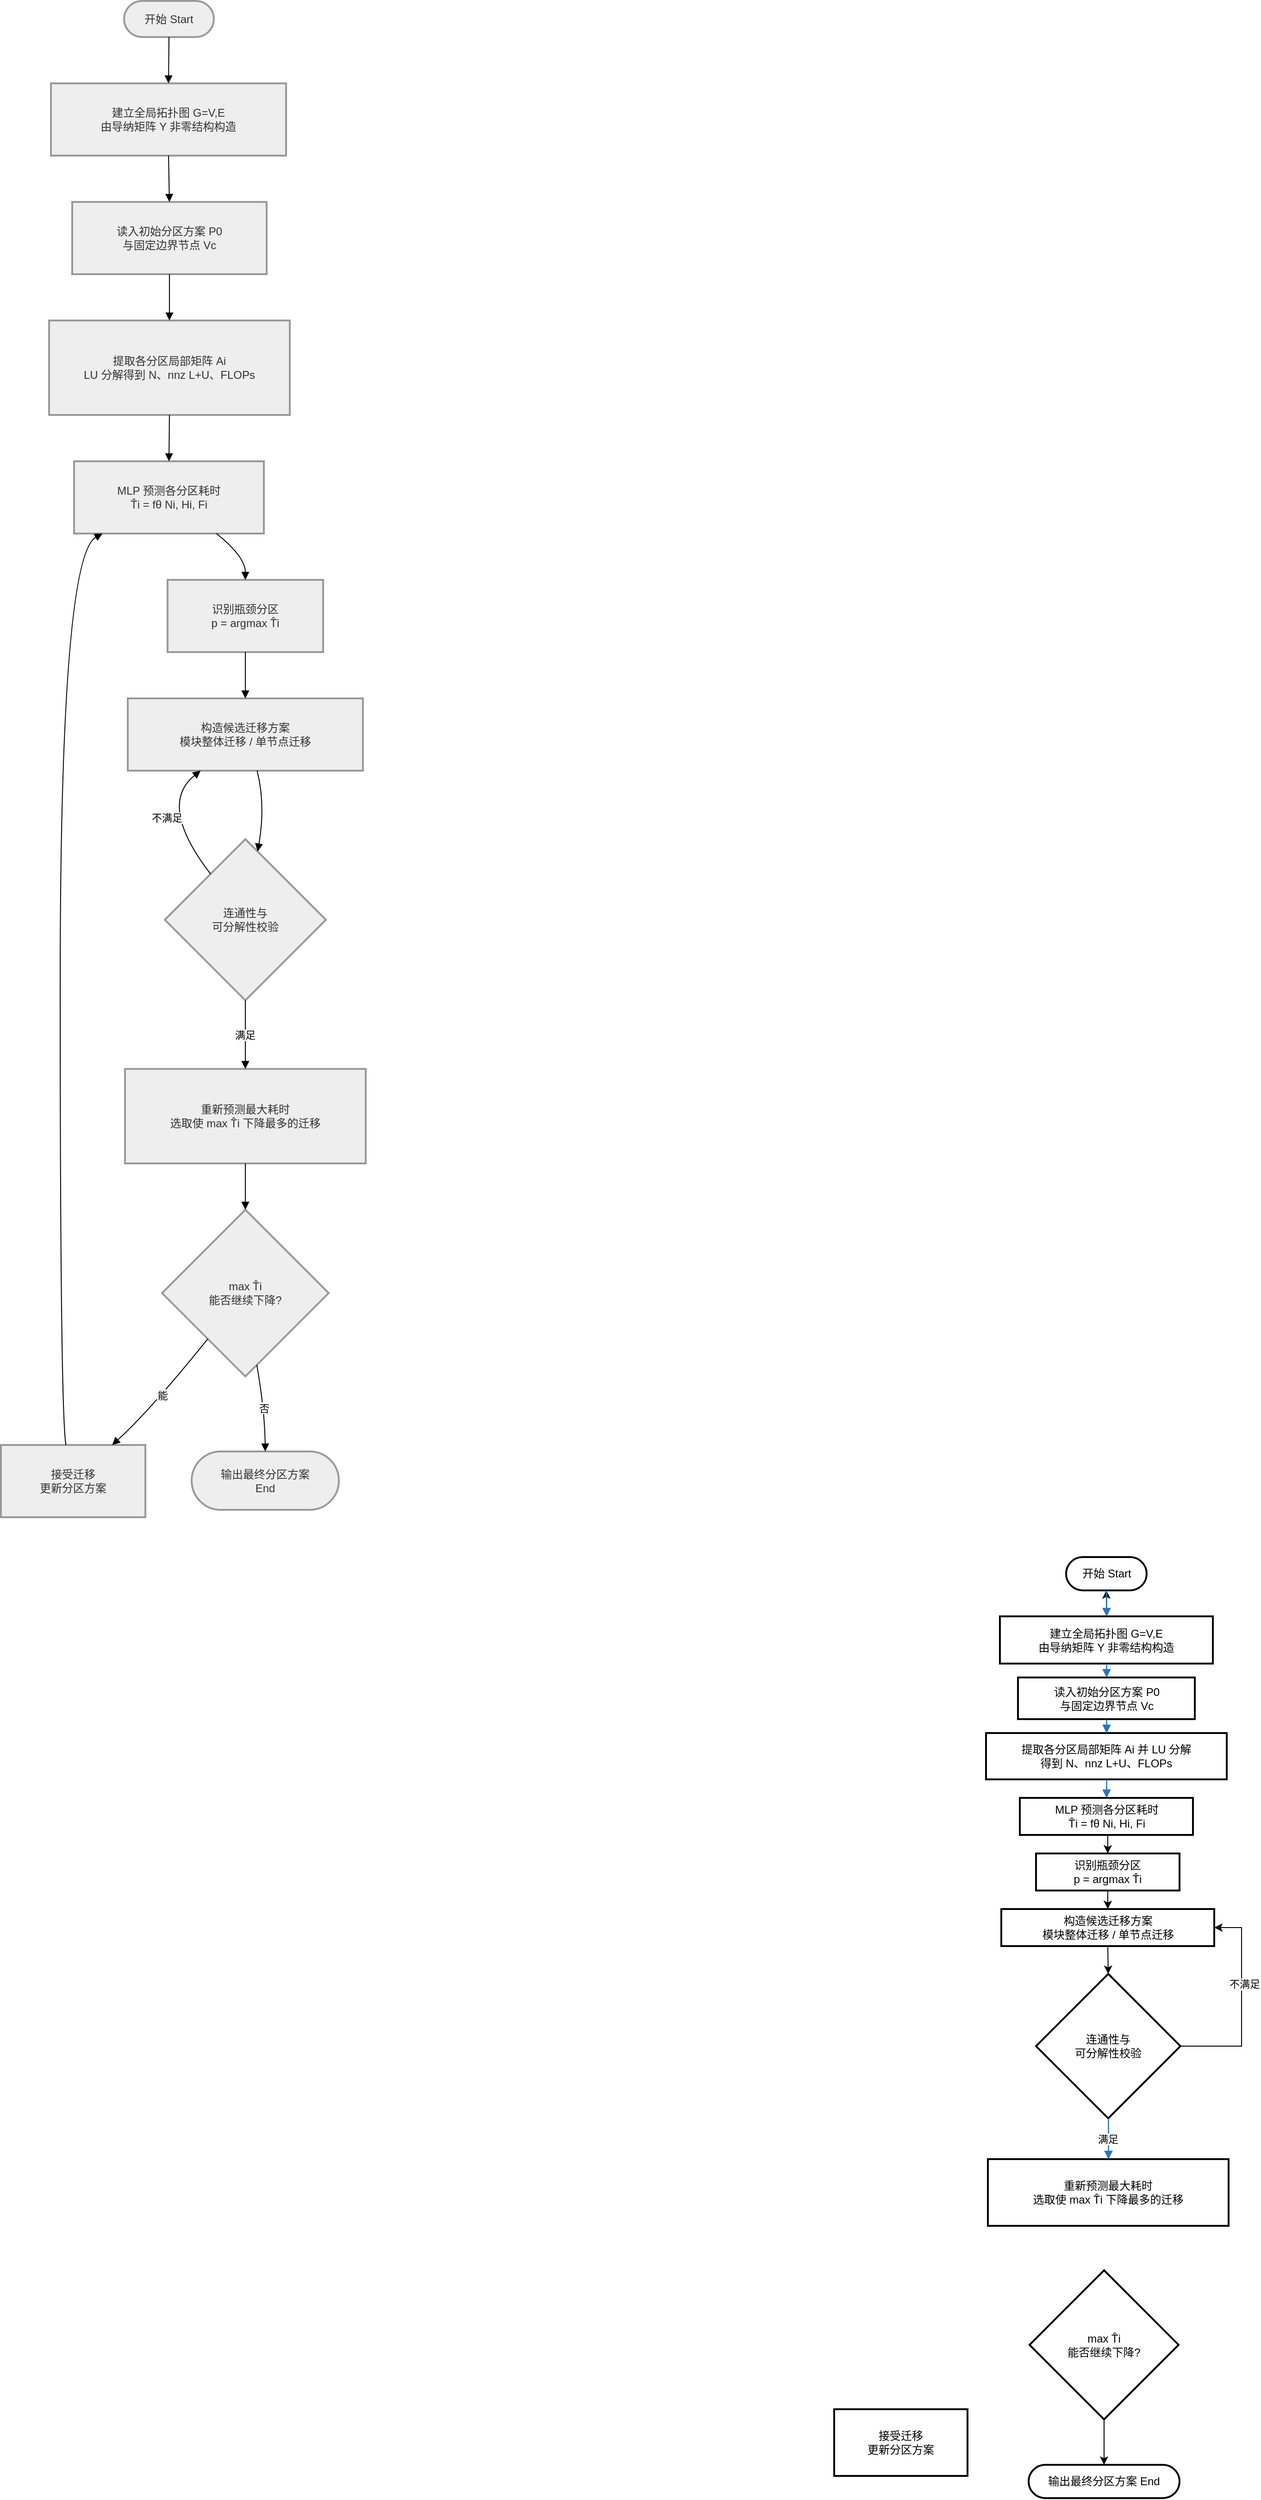
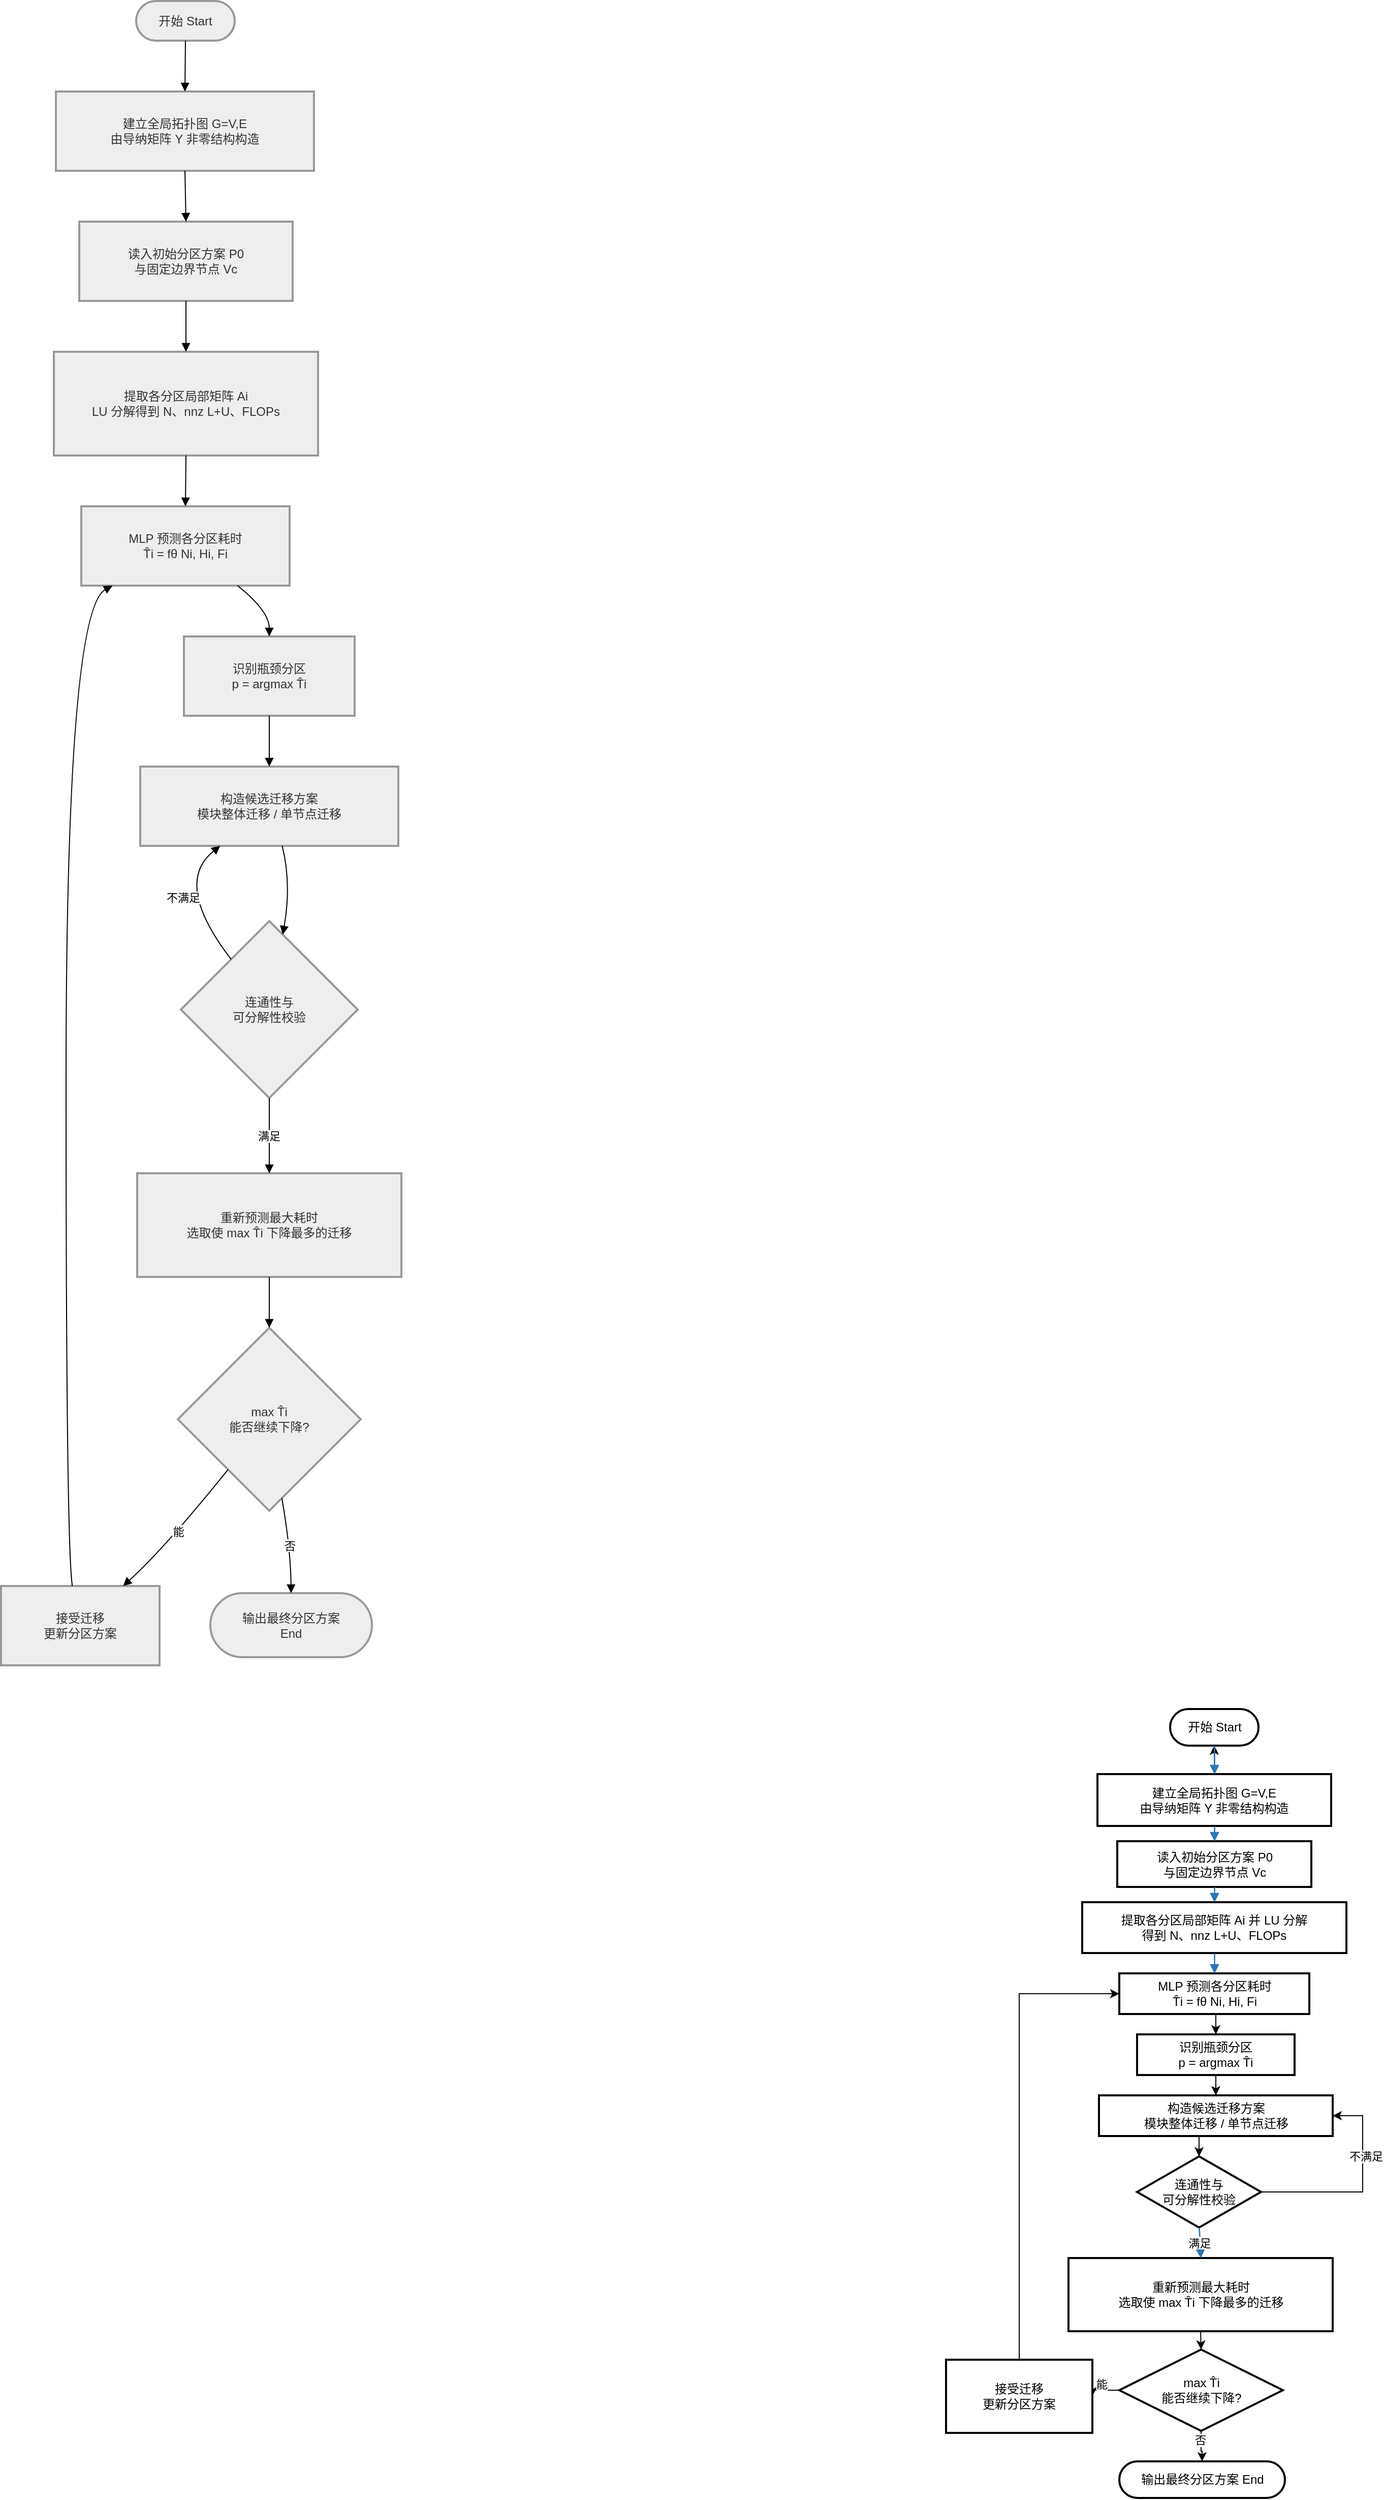
<mxfile host="app.diagrams.net">
  <diagram id="C5RBs43oDa-KdzZeNtuy" name="Page-1">
-     <mxGraphModel dx="1278" dy="678" grid="1" gridSize="10" guides="1" tooltips="1" connect="1" arrows="1" fold="1" page="0" pageScale="1" pageWidth="827" pageHeight="1169" math="0" shadow="0">
+     <mxGraphModel dx="1758" dy="933" grid="1" gridSize="10" guides="1" tooltips="1" connect="1" arrows="1" fold="1" page="0" pageScale="1" pageWidth="827" pageHeight="1169" math="0" shadow="0">
      <root>
        <mxCell id="WIyWlLk6GJQsqaUBKTNV-0" />
        <mxCell id="WIyWlLk6GJQsqaUBKTNV-1" parent="WIyWlLk6GJQsqaUBKTNV-0" />
        <mxCell id="Rnd2EKu7hbV3BZERFTsq-0" parent="WIyWlLk6GJQsqaUBKTNV-1" style="rounded=1;whiteSpace=wrap;arcSize=50;strokeWidth=2;fillColor=light-dark(#eeeeee,#1f2020);strokeColor=light-dark(#999999,#cccccc);fontColor=light-dark(#333333,#cccccc);" value="开始 Start" vertex="1">
          <mxGeometry height="39" width="97" x="153" y="20" as="geometry" />
        </mxCell>
        <mxCell id="Rnd2EKu7hbV3BZERFTsq-1" parent="WIyWlLk6GJQsqaUBKTNV-1" style="whiteSpace=wrap;strokeWidth=2;fillColor=light-dark(#eeeeee,#1f2020);strokeColor=light-dark(#999999,#cccccc);fontColor=light-dark(#333333,#cccccc);" value="建立全局拓扑图 G=V,E&#xa;由导纳矩阵 Y 非零结构构造" vertex="1">
          <mxGeometry height="78" width="254" x="74" y="109" as="geometry" />
        </mxCell>
        <mxCell id="Rnd2EKu7hbV3BZERFTsq-2" parent="WIyWlLk6GJQsqaUBKTNV-1" style="whiteSpace=wrap;strokeWidth=2;fillColor=light-dark(#eeeeee,#1f2020);strokeColor=light-dark(#999999,#cccccc);fontColor=light-dark(#333333,#cccccc);" value="读入初始分区方案 P0&#xa;与固定边界节点 Vc" vertex="1">
          <mxGeometry height="78" width="210" x="97" y="237" as="geometry" />
        </mxCell>
        <mxCell id="Rnd2EKu7hbV3BZERFTsq-3" parent="WIyWlLk6GJQsqaUBKTNV-1" style="whiteSpace=wrap;strokeWidth=2;fillColor=light-dark(#eeeeee,#1f2020);strokeColor=light-dark(#999999,#cccccc);fontColor=light-dark(#333333,#cccccc);" value="提取各分区局部矩阵 Ai&#xa;LU 分解得到 N、nnz L+U、FLOPs" vertex="1">
          <mxGeometry height="102" width="260" x="72" y="365" as="geometry" />
        </mxCell>
        <mxCell id="Rnd2EKu7hbV3BZERFTsq-4" parent="WIyWlLk6GJQsqaUBKTNV-1" style="whiteSpace=wrap;strokeWidth=2;fillColor=light-dark(#eeeeee,#1f2020);strokeColor=light-dark(#999999,#cccccc);fontColor=light-dark(#333333,#cccccc);" value="MLP 预测各分区耗时&#xa;T̂i = fθ Ni, Hi, Fi" vertex="1">
          <mxGeometry height="78" width="205" x="99" y="517" as="geometry" />
        </mxCell>
        <mxCell id="Rnd2EKu7hbV3BZERFTsq-5" parent="WIyWlLk6GJQsqaUBKTNV-1" style="whiteSpace=wrap;strokeWidth=2;fillColor=light-dark(#eeeeee,#1f2020);strokeColor=light-dark(#999999,#cccccc);fontColor=light-dark(#333333,#cccccc);" value="识别瓶颈分区&#xa;p = argmax T̂i" vertex="1">
          <mxGeometry height="78" width="168" x="200" y="645" as="geometry" />
        </mxCell>
        <mxCell id="Rnd2EKu7hbV3BZERFTsq-6" parent="WIyWlLk6GJQsqaUBKTNV-1" style="whiteSpace=wrap;strokeWidth=2;fillColor=light-dark(#eeeeee,#1f2020);strokeColor=light-dark(#999999,#cccccc);fontColor=light-dark(#333333,#cccccc);" value="构造候选迁移方案&#xa;模块整体迁移 / 单节点迁移" vertex="1">
          <mxGeometry height="78" width="254" x="157" y="773" as="geometry" />
        </mxCell>
        <mxCell id="Rnd2EKu7hbV3BZERFTsq-7" parent="WIyWlLk6GJQsqaUBKTNV-1" style="rhombus;strokeWidth=2;whiteSpace=wrap;fillColor=light-dark(#eeeeee,#1f2020);strokeColor=light-dark(#999999,#cccccc);fontColor=light-dark(#333333,#cccccc);" value="连通性与&#xa;可分解性校验" vertex="1">
          <mxGeometry height="174" width="174" x="197" y="925" as="geometry" />
        </mxCell>
        <mxCell id="Rnd2EKu7hbV3BZERFTsq-8" parent="WIyWlLk6GJQsqaUBKTNV-1" style="whiteSpace=wrap;strokeWidth=2;fillColor=light-dark(#eeeeee,#1f2020);strokeColor=light-dark(#999999,#cccccc);fontColor=light-dark(#333333,#cccccc);" value="重新预测最大耗时&#xa;选取使 max T̂i 下降最多的迁移" vertex="1">
          <mxGeometry height="102" width="260" x="154" y="1173" as="geometry" />
        </mxCell>
        <mxCell id="Rnd2EKu7hbV3BZERFTsq-9" parent="WIyWlLk6GJQsqaUBKTNV-1" style="rhombus;strokeWidth=2;whiteSpace=wrap;fillColor=light-dark(#eeeeee,#1f2020);strokeColor=light-dark(#999999,#cccccc);fontColor=light-dark(#333333,#cccccc);" value="max T̂i&#xa;能否继续下降?" vertex="1">
          <mxGeometry height="180" width="180" x="194" y="1325" as="geometry" />
        </mxCell>
        <mxCell id="Rnd2EKu7hbV3BZERFTsq-10" parent="WIyWlLk6GJQsqaUBKTNV-1" style="whiteSpace=wrap;strokeWidth=2;fillColor=light-dark(#eeeeee,#1f2020);strokeColor=light-dark(#999999,#cccccc);fontColor=light-dark(#333333,#cccccc);" value="接受迁移&#xa;更新分区方案" vertex="1">
          <mxGeometry height="78" width="156" x="20" y="1579" as="geometry" />
        </mxCell>
        <mxCell id="Rnd2EKu7hbV3BZERFTsq-11" parent="WIyWlLk6GJQsqaUBKTNV-1" style="rounded=1;whiteSpace=wrap;arcSize=50;strokeWidth=2;fillColor=light-dark(#eeeeee,#1f2020);strokeColor=light-dark(#999999,#cccccc);fontColor=light-dark(#333333,#cccccc);" value="输出最终分区方案&#xa;End" vertex="1">
          <mxGeometry height="63" width="159" x="226" y="1586" as="geometry" />
        </mxCell>
        <mxCell id="Rnd2EKu7hbV3BZERFTsq-12" edge="1" parent="WIyWlLk6GJQsqaUBKTNV-1" source="Rnd2EKu7hbV3BZERFTsq-0" style="curved=1;startArrow=none;endArrow=block;exitX=0.5;exitY=1;entryX=0.5;entryY=0;rounded=0;" target="Rnd2EKu7hbV3BZERFTsq-1" value="">
          <mxGeometry relative="1" as="geometry">
            <Array as="points" />
          </mxGeometry>
        </mxCell>
        <mxCell id="Rnd2EKu7hbV3BZERFTsq-13" edge="1" parent="WIyWlLk6GJQsqaUBKTNV-1" source="Rnd2EKu7hbV3BZERFTsq-1" style="curved=1;startArrow=none;endArrow=block;exitX=0.5;exitY=1;entryX=0.5;entryY=0;rounded=0;" target="Rnd2EKu7hbV3BZERFTsq-2" value="">
          <mxGeometry relative="1" as="geometry">
            <Array as="points" />
          </mxGeometry>
        </mxCell>
        <mxCell id="Rnd2EKu7hbV3BZERFTsq-14" edge="1" parent="WIyWlLk6GJQsqaUBKTNV-1" source="Rnd2EKu7hbV3BZERFTsq-2" style="curved=1;startArrow=none;endArrow=block;exitX=0.5;exitY=1;entryX=0.5;entryY=0;rounded=0;" target="Rnd2EKu7hbV3BZERFTsq-3" value="">
          <mxGeometry relative="1" as="geometry">
            <Array as="points" />
          </mxGeometry>
        </mxCell>
        <mxCell id="Rnd2EKu7hbV3BZERFTsq-15" edge="1" parent="WIyWlLk6GJQsqaUBKTNV-1" source="Rnd2EKu7hbV3BZERFTsq-3" style="curved=1;startArrow=none;endArrow=block;exitX=0.5;exitY=1;entryX=0.5;entryY=0;rounded=0;" target="Rnd2EKu7hbV3BZERFTsq-4" value="">
          <mxGeometry relative="1" as="geometry">
            <Array as="points" />
          </mxGeometry>
        </mxCell>
        <mxCell id="Rnd2EKu7hbV3BZERFTsq-16" edge="1" parent="WIyWlLk6GJQsqaUBKTNV-1" source="Rnd2EKu7hbV3BZERFTsq-4" style="curved=1;startArrow=none;endArrow=block;exitX=0.75;exitY=1;entryX=0.5;entryY=0;rounded=0;" target="Rnd2EKu7hbV3BZERFTsq-5" value="">
          <mxGeometry relative="1" as="geometry">
            <Array as="points">
              <mxPoint x="284" y="620" />
            </Array>
          </mxGeometry>
        </mxCell>
        <mxCell id="Rnd2EKu7hbV3BZERFTsq-17" edge="1" parent="WIyWlLk6GJQsqaUBKTNV-1" source="Rnd2EKu7hbV3BZERFTsq-5" style="curved=1;startArrow=none;endArrow=block;exitX=0.5;exitY=1;entryX=0.5;entryY=0;rounded=0;" target="Rnd2EKu7hbV3BZERFTsq-6" value="">
          <mxGeometry relative="1" as="geometry">
            <Array as="points" />
          </mxGeometry>
        </mxCell>
        <mxCell id="Rnd2EKu7hbV3BZERFTsq-18" edge="1" parent="WIyWlLk6GJQsqaUBKTNV-1" source="Rnd2EKu7hbV3BZERFTsq-6" style="curved=1;startArrow=none;endArrow=block;exitX=0.55;exitY=1;entryX=0.59;entryY=0;rounded=0;" target="Rnd2EKu7hbV3BZERFTsq-7" value="">
          <mxGeometry relative="1" as="geometry">
            <Array as="points">
              <mxPoint x="306" y="888" />
            </Array>
          </mxGeometry>
        </mxCell>
        <mxCell id="Rnd2EKu7hbV3BZERFTsq-19" edge="1" parent="WIyWlLk6GJQsqaUBKTNV-1" source="Rnd2EKu7hbV3BZERFTsq-7" style="curved=1;startArrow=none;endArrow=block;exitX=0.12;exitY=0;entryX=0.31;entryY=1;rounded=0;" target="Rnd2EKu7hbV3BZERFTsq-6" value="不满足">
          <mxGeometry relative="1" as="geometry">
            <Array as="points">
              <mxPoint x="189" y="888" />
            </Array>
          </mxGeometry>
        </mxCell>
        <mxCell id="Rnd2EKu7hbV3BZERFTsq-20" edge="1" parent="WIyWlLk6GJQsqaUBKTNV-1" source="Rnd2EKu7hbV3BZERFTsq-7" style="curved=1;startArrow=none;endArrow=block;exitX=0.5;exitY=1;entryX=0.5;entryY=0;rounded=0;" target="Rnd2EKu7hbV3BZERFTsq-8" value="满足">
          <mxGeometry relative="1" as="geometry">
            <Array as="points" />
          </mxGeometry>
        </mxCell>
        <mxCell id="Rnd2EKu7hbV3BZERFTsq-21" edge="1" parent="WIyWlLk6GJQsqaUBKTNV-1" source="Rnd2EKu7hbV3BZERFTsq-8" style="curved=1;startArrow=none;endArrow=block;exitX=0.5;exitY=1;entryX=0.5;entryY=0;rounded=0;" target="Rnd2EKu7hbV3BZERFTsq-9" value="">
          <mxGeometry relative="1" as="geometry">
            <Array as="points" />
          </mxGeometry>
        </mxCell>
        <mxCell id="Rnd2EKu7hbV3BZERFTsq-22" edge="1" parent="WIyWlLk6GJQsqaUBKTNV-1" source="Rnd2EKu7hbV3BZERFTsq-9" style="curved=1;startArrow=none;endArrow=block;exitX=0.09;exitY=1;entryX=0.77;entryY=0;rounded=0;" target="Rnd2EKu7hbV3BZERFTsq-10" value="能">
          <mxGeometry relative="1" as="geometry">
            <Array as="points">
              <mxPoint x="181" y="1542" />
            </Array>
          </mxGeometry>
        </mxCell>
        <mxCell id="Rnd2EKu7hbV3BZERFTsq-23" edge="1" parent="WIyWlLk6GJQsqaUBKTNV-1" source="Rnd2EKu7hbV3BZERFTsq-10" style="curved=1;startArrow=none;endArrow=block;exitX=0.45;exitY=0;entryX=0.15;entryY=1;rounded=0;" target="Rnd2EKu7hbV3BZERFTsq-4" value="">
          <mxGeometry relative="1" as="geometry">
            <Array as="points">
              <mxPoint x="84" y="1542" />
              <mxPoint x="84" y="620" />
            </Array>
          </mxGeometry>
        </mxCell>
        <mxCell id="Rnd2EKu7hbV3BZERFTsq-24" edge="1" parent="WIyWlLk6GJQsqaUBKTNV-1" source="Rnd2EKu7hbV3BZERFTsq-9" style="curved=1;startArrow=none;endArrow=block;exitX=0.58;exitY=1;entryX=0.5;entryY=0.01;rounded=0;" target="Rnd2EKu7hbV3BZERFTsq-11" value="否">
          <mxGeometry relative="1" as="geometry">
            <Array as="points">
              <mxPoint x="305" y="1542" />
            </Array>
          </mxGeometry>
        </mxCell>
        <mxCell id="Rnd2EKu7hbV3BZERFTsq-25" parent="WIyWlLk6GJQsqaUBKTNV-1" style="rounded=1;whiteSpace=wrap;arcSize=50;strokeWidth=2;fontFamily=Helvetica;" value="开始 Start" vertex="1">
          <mxGeometry height="36" width="87" x="1170.5" y="1700" as="geometry" />
        </mxCell>
        <mxCell id="Rnd2EKu7hbV3BZERFTsq-50" edge="1" parent="WIyWlLk6GJQsqaUBKTNV-1" source="Rnd2EKu7hbV3BZERFTsq-26" style="edgeStyle=orthogonalEdgeStyle;rounded=0;orthogonalLoop=1;jettySize=auto;html=1;" target="Rnd2EKu7hbV3BZERFTsq-25" value="">
          <mxGeometry relative="1" as="geometry" />
        </mxCell>
        <mxCell id="Rnd2EKu7hbV3BZERFTsq-26" parent="WIyWlLk6GJQsqaUBKTNV-1" style="whiteSpace=wrap;strokeWidth=2;fontFamily=Helvetica;" value="建立全局拓扑图 G=V,E&#xa;由导纳矩阵 Y 非零结构构造" vertex="1">
          <mxGeometry height="51" width="230" x="1099" y="1764" as="geometry" />
        </mxCell>
        <mxCell id="Rnd2EKu7hbV3BZERFTsq-27" parent="WIyWlLk6GJQsqaUBKTNV-1" style="whiteSpace=wrap;strokeWidth=2;fontFamily=Helvetica;" value="读入初始分区方案 P0&#xa;与固定边界节点 Vc" vertex="1">
          <mxGeometry height="45" width="191" x="1118.5" y="1830" as="geometry" />
        </mxCell>
        <mxCell id="Rnd2EKu7hbV3BZERFTsq-28" parent="WIyWlLk6GJQsqaUBKTNV-1" style="whiteSpace=wrap;strokeWidth=2;fontFamily=Helvetica;" value="提取各分区局部矩阵 Ai 并 LU 分解&#xa;得到 N、nnz L+U、FLOPs" vertex="1">
          <mxGeometry height="50" width="260" x="1084" y="1890" as="geometry" />
        </mxCell>
        <mxCell id="Rnd2EKu7hbV3BZERFTsq-53" edge="1" parent="WIyWlLk6GJQsqaUBKTNV-1" source="Rnd2EKu7hbV3BZERFTsq-29" style="edgeStyle=orthogonalEdgeStyle;rounded=0;orthogonalLoop=1;jettySize=auto;html=1;exitX=0.5;exitY=1;exitDx=0;exitDy=0;entryX=0.5;entryY=0;entryDx=0;entryDy=0;" target="Rnd2EKu7hbV3BZERFTsq-30">
          <mxGeometry relative="1" as="geometry" />
        </mxCell>
        <mxCell id="Rnd2EKu7hbV3BZERFTsq-29" parent="WIyWlLk6GJQsqaUBKTNV-1" style="whiteSpace=wrap;strokeWidth=2;fontFamily=Helvetica;" value="MLP 预测各分区耗时&#xa;T̂i = fθ Ni, Hi, Fi" vertex="1">
          <mxGeometry height="40" width="187" x="1120.5" y="1960" as="geometry" />
        </mxCell>
        <mxCell id="Rnd2EKu7hbV3BZERFTsq-60" edge="1" parent="WIyWlLk6GJQsqaUBKTNV-1" source="Rnd2EKu7hbV3BZERFTsq-30" style="edgeStyle=orthogonalEdgeStyle;rounded=0;orthogonalLoop=1;jettySize=auto;html=1;exitX=0.5;exitY=1;exitDx=0;exitDy=0;entryX=0.5;entryY=0;entryDx=0;entryDy=0;" target="Rnd2EKu7hbV3BZERFTsq-31">
          <mxGeometry relative="1" as="geometry" />
        </mxCell>
        <mxCell id="Rnd2EKu7hbV3BZERFTsq-30" parent="WIyWlLk6GJQsqaUBKTNV-1" style="whiteSpace=wrap;strokeWidth=2;fontFamily=Helvetica;" value="识别瓶颈分区&#xa;p = argmax T̂i" vertex="1">
          <mxGeometry height="40" width="155" x="1138" y="2020" as="geometry" />
        </mxCell>
        <mxCell id="Rnd2EKu7hbV3BZERFTsq-61" edge="1" parent="WIyWlLk6GJQsqaUBKTNV-1" source="Rnd2EKu7hbV3BZERFTsq-31" style="edgeStyle=orthogonalEdgeStyle;rounded=0;orthogonalLoop=1;jettySize=auto;html=1;exitX=0.5;exitY=1;exitDx=0;exitDy=0;entryX=0.5;entryY=0;entryDx=0;entryDy=0;" target="Rnd2EKu7hbV3BZERFTsq-32">
          <mxGeometry relative="1" as="geometry" />
        </mxCell>
        <mxCell id="Rnd2EKu7hbV3BZERFTsq-31" parent="WIyWlLk6GJQsqaUBKTNV-1" style="whiteSpace=wrap;strokeWidth=2;fontFamily=Helvetica;" value="构造候选迁移方案&#xa;模块整体迁移 / 单节点迁移" vertex="1">
          <mxGeometry height="40" width="230" x="1100.5" y="2080" as="geometry" />
        </mxCell>
        <mxCell id="Rnd2EKu7hbV3BZERFTsq-62" edge="1" parent="WIyWlLk6GJQsqaUBKTNV-1" source="Rnd2EKu7hbV3BZERFTsq-32" style="edgeStyle=orthogonalEdgeStyle;rounded=0;orthogonalLoop=1;jettySize=auto;html=1;exitX=1;exitY=0.5;exitDx=0;exitDy=0;entryX=1;entryY=0.5;entryDx=0;entryDy=0;" target="Rnd2EKu7hbV3BZERFTsq-31">
          <mxGeometry relative="1" as="geometry">
            <Array as="points">
-               <mxPoint x="1360" y="2228" />
+               <mxPoint x="1360" y="2175" />
              <mxPoint x="1360" y="2100" />
            </Array>
          </mxGeometry>
        </mxCell>
        <mxCell id="Rnd2EKu7hbV3BZERFTsq-63" connectable="0" parent="Rnd2EKu7hbV3BZERFTsq-62" style="edgeLabel;html=1;align=center;verticalAlign=middle;resizable=0;points=[];" value="不满足" vertex="1">
          <mxGeometry relative="1" x="0.1893" y="-3" as="geometry">
+             <mxPoint y="-14" as="offset" />
+           </mxGeometry>
+         </mxCell>
+         <mxCell id="Rnd2EKu7hbV3BZERFTsq-32" parent="WIyWlLk6GJQsqaUBKTNV-1" style="rhombus;strokeWidth=2;whiteSpace=wrap;fontFamily=Helvetica;" value="连通性与&#xa;可分解性校验" vertex="1">
+           <mxGeometry height="70" width="122" x="1138" y="2140" as="geometry" />
+         </mxCell>
+         <mxCell id="Rnd2EKu7hbV3BZERFTsq-64" edge="1" parent="WIyWlLk6GJQsqaUBKTNV-1" source="Rnd2EKu7hbV3BZERFTsq-33" style="edgeStyle=orthogonalEdgeStyle;rounded=0;orthogonalLoop=1;jettySize=auto;html=1;exitX=0.5;exitY=1;exitDx=0;exitDy=0;entryX=0.5;entryY=0;entryDx=0;entryDy=0;" target="Rnd2EKu7hbV3BZERFTsq-34">
+           <mxGeometry relative="1" as="geometry" />
+         </mxCell>
+         <mxCell id="Rnd2EKu7hbV3BZERFTsq-33" parent="WIyWlLk6GJQsqaUBKTNV-1" style="whiteSpace=wrap;strokeWidth=2;fontFamily=Helvetica;" value="重新预测最大耗时&#xa;选取使 max T̂i 下降最多的迁移" vertex="1">
+           <mxGeometry height="72" width="260" x="1070.5" y="2240" as="geometry" />
+         </mxCell>
+         <mxCell id="Rnd2EKu7hbV3BZERFTsq-57" edge="1" parent="WIyWlLk6GJQsqaUBKTNV-1" source="Rnd2EKu7hbV3BZERFTsq-34" style="edgeStyle=orthogonalEdgeStyle;rounded=0;orthogonalLoop=1;jettySize=auto;html=1;exitX=0.5;exitY=1;exitDx=0;exitDy=0;" target="Rnd2EKu7hbV3BZERFTsq-36">
+           <mxGeometry relative="1" as="geometry" />
+         </mxCell>
+         <mxCell id="Rnd2EKu7hbV3BZERFTsq-65" connectable="0" parent="Rnd2EKu7hbV3BZERFTsq-57" style="edgeLabel;html=1;align=center;verticalAlign=middle;resizable=0;points=[];" value="否" vertex="1">
+           <mxGeometry relative="1" x="-0.5098" y="-1" as="geometry">
+             <mxPoint y="1" as="offset" />
+           </mxGeometry>
+         </mxCell>
+         <mxCell id="Rnd2EKu7hbV3BZERFTsq-66" edge="1" parent="WIyWlLk6GJQsqaUBKTNV-1" source="Rnd2EKu7hbV3BZERFTsq-34" style="edgeStyle=orthogonalEdgeStyle;rounded=0;orthogonalLoop=1;jettySize=auto;html=1;exitX=0;exitY=0.5;exitDx=0;exitDy=0;entryX=1;entryY=0.5;entryDx=0;entryDy=0;" target="Rnd2EKu7hbV3BZERFTsq-35">
+           <mxGeometry relative="1" as="geometry" />
+         </mxCell>
+         <mxCell id="Rnd2EKu7hbV3BZERFTsq-67" connectable="0" parent="Rnd2EKu7hbV3BZERFTsq-66" style="edgeLabel;html=1;align=center;verticalAlign=middle;resizable=0;points=[];" value="能" vertex="1">
+           <mxGeometry relative="1" x="0.0617" y="-6" as="geometry">
            <mxPoint as="offset" />
          </mxGeometry>
        </mxCell>
-         <mxCell id="Rnd2EKu7hbV3BZERFTsq-32" parent="WIyWlLk6GJQsqaUBKTNV-1" style="rhombus;strokeWidth=2;whiteSpace=wrap;fontFamily=Helvetica;" value="连通性与&#xa;可分解性校验" vertex="1">
-           <mxGeometry height="156" width="156" x="1138" y="2150" as="geometry" />
-         </mxCell>
-         <mxCell id="Rnd2EKu7hbV3BZERFTsq-33" parent="WIyWlLk6GJQsqaUBKTNV-1" style="whiteSpace=wrap;strokeWidth=2;fontFamily=Helvetica;" value="重新预测最大耗时&#xa;选取使 max T̂i 下降最多的迁移" vertex="1">
-           <mxGeometry height="72" width="260" x="1086" y="2350" as="geometry" />
-         </mxCell>
-         <mxCell id="Rnd2EKu7hbV3BZERFTsq-57" edge="1" parent="WIyWlLk6GJQsqaUBKTNV-1" source="Rnd2EKu7hbV3BZERFTsq-34" style="edgeStyle=orthogonalEdgeStyle;rounded=0;orthogonalLoop=1;jettySize=auto;html=1;exitX=0.5;exitY=1;exitDx=0;exitDy=0;" target="Rnd2EKu7hbV3BZERFTsq-36">
-           <mxGeometry relative="1" as="geometry" />
-         </mxCell>
        <mxCell id="Rnd2EKu7hbV3BZERFTsq-34" parent="WIyWlLk6GJQsqaUBKTNV-1" style="rhombus;strokeWidth=2;whiteSpace=wrap;fontFamily=Helvetica;" value="max T̂i&#xa;能否继续下降?" vertex="1">
-           <mxGeometry height="161" width="161" x="1131" y="2470" as="geometry" />
+           <mxGeometry height="80" width="161" x="1120.5" y="2330" as="geometry" />
+         </mxCell>
+         <mxCell id="Rnd2EKu7hbV3BZERFTsq-68" edge="1" parent="WIyWlLk6GJQsqaUBKTNV-1" source="Rnd2EKu7hbV3BZERFTsq-35" style="edgeStyle=orthogonalEdgeStyle;rounded=0;orthogonalLoop=1;jettySize=auto;html=1;exitX=0.5;exitY=0;exitDx=0;exitDy=0;entryX=0;entryY=0.5;entryDx=0;entryDy=0;" target="Rnd2EKu7hbV3BZERFTsq-29">
+           <mxGeometry relative="1" as="geometry" />
        </mxCell>
        <mxCell id="Rnd2EKu7hbV3BZERFTsq-35" parent="WIyWlLk6GJQsqaUBKTNV-1" style="whiteSpace=wrap;strokeWidth=2;fontFamily=Helvetica;" value="接受迁移&#xa;更新分区方案" vertex="1">
-           <mxGeometry height="72" width="144" x="920" y="2620" as="geometry" />
+           <mxGeometry height="72" width="144" x="950" y="2340" as="geometry" />
        </mxCell>
        <mxCell id="Rnd2EKu7hbV3BZERFTsq-36" parent="WIyWlLk6GJQsqaUBKTNV-1" style="rounded=1;whiteSpace=wrap;arcSize=50;strokeWidth=2;fontFamily=Helvetica;" value="输出最终分区方案 End" vertex="1">
-           <mxGeometry height="36" width="163" x="1130" y="2680" as="geometry" />
+           <mxGeometry height="36" width="163" x="1120.5" y="2440" as="geometry" />
        </mxCell>
        <mxCell id="Rnd2EKu7hbV3BZERFTsq-37" edge="1" parent="WIyWlLk6GJQsqaUBKTNV-1" source="Rnd2EKu7hbV3BZERFTsq-25" style="curved=1;startArrow=none;endArrow=block;strokeColor=#2E75B6;strokeWidth=1.3;;exitX=0.5;exitY=1;entryX=0.5;entryY=0;rounded=0;fontFamily=Helvetica;" target="Rnd2EKu7hbV3BZERFTsq-26" value="">
          <mxGeometry relative="1" as="geometry">
            <Array as="points" />
          </mxGeometry>
        </mxCell>
        <mxCell id="Rnd2EKu7hbV3BZERFTsq-38" edge="1" parent="WIyWlLk6GJQsqaUBKTNV-1" source="Rnd2EKu7hbV3BZERFTsq-26" style="curved=1;startArrow=none;endArrow=block;strokeColor=#2E75B6;strokeWidth=1.3;;exitX=0.5;exitY=1;entryX=0.5;entryY=0;rounded=0;fontFamily=Helvetica;" target="Rnd2EKu7hbV3BZERFTsq-27" value="">
          <mxGeometry relative="1" as="geometry">
            <Array as="points" />
          </mxGeometry>
        </mxCell>
        <mxCell id="Rnd2EKu7hbV3BZERFTsq-39" edge="1" parent="WIyWlLk6GJQsqaUBKTNV-1" source="Rnd2EKu7hbV3BZERFTsq-27" style="curved=1;startArrow=none;endArrow=block;strokeColor=#2E75B6;strokeWidth=1.3;;exitX=0.5;exitY=1;entryX=0.5;entryY=0;rounded=0;fontFamily=Helvetica;" target="Rnd2EKu7hbV3BZERFTsq-28" value="">
          <mxGeometry relative="1" as="geometry">
            <Array as="points" />
          </mxGeometry>
        </mxCell>
        <mxCell id="Rnd2EKu7hbV3BZERFTsq-40" edge="1" parent="WIyWlLk6GJQsqaUBKTNV-1" source="Rnd2EKu7hbV3BZERFTsq-28" style="curved=1;startArrow=none;endArrow=block;strokeColor=#2E75B6;strokeWidth=1.3;;exitX=0.5;exitY=1;entryX=0.5;entryY=0;rounded=0;fontFamily=Helvetica;" target="Rnd2EKu7hbV3BZERFTsq-29" value="">
          <mxGeometry relative="1" as="geometry">
            <Array as="points" />
          </mxGeometry>
        </mxCell>
        <mxCell id="Rnd2EKu7hbV3BZERFTsq-45" edge="1" parent="WIyWlLk6GJQsqaUBKTNV-1" source="Rnd2EKu7hbV3BZERFTsq-32" style="curved=1;startArrow=none;endArrow=block;strokeColor=#2E75B6;strokeWidth=1.3;;exitX=0.5;exitY=1;entryX=0.5;entryY=0;rounded=0;fontFamily=Helvetica;" target="Rnd2EKu7hbV3BZERFTsq-33" value="满足">
          <mxGeometry relative="1" as="geometry">
            <Array as="points" />
          </mxGeometry>
+         </mxCell>
+         <mxCell id="Rnd2EKu7hbV3BZERFTsq-69" edge="1" parent="WIyWlLk6GJQsqaUBKTNV-1" source="Rnd2EKu7hbV3BZERFTsq-32" style="edgeStyle=orthogonalEdgeStyle;rounded=0;orthogonalLoop=1;jettySize=auto;html=1;exitX=0.5;exitY=1;exitDx=0;exitDy=0;" target="Rnd2EKu7hbV3BZERFTsq-32">
+           <mxGeometry relative="1" as="geometry" />
        </mxCell>
      </root>
    </mxGraphModel>
  </diagram>
</mxfile>
